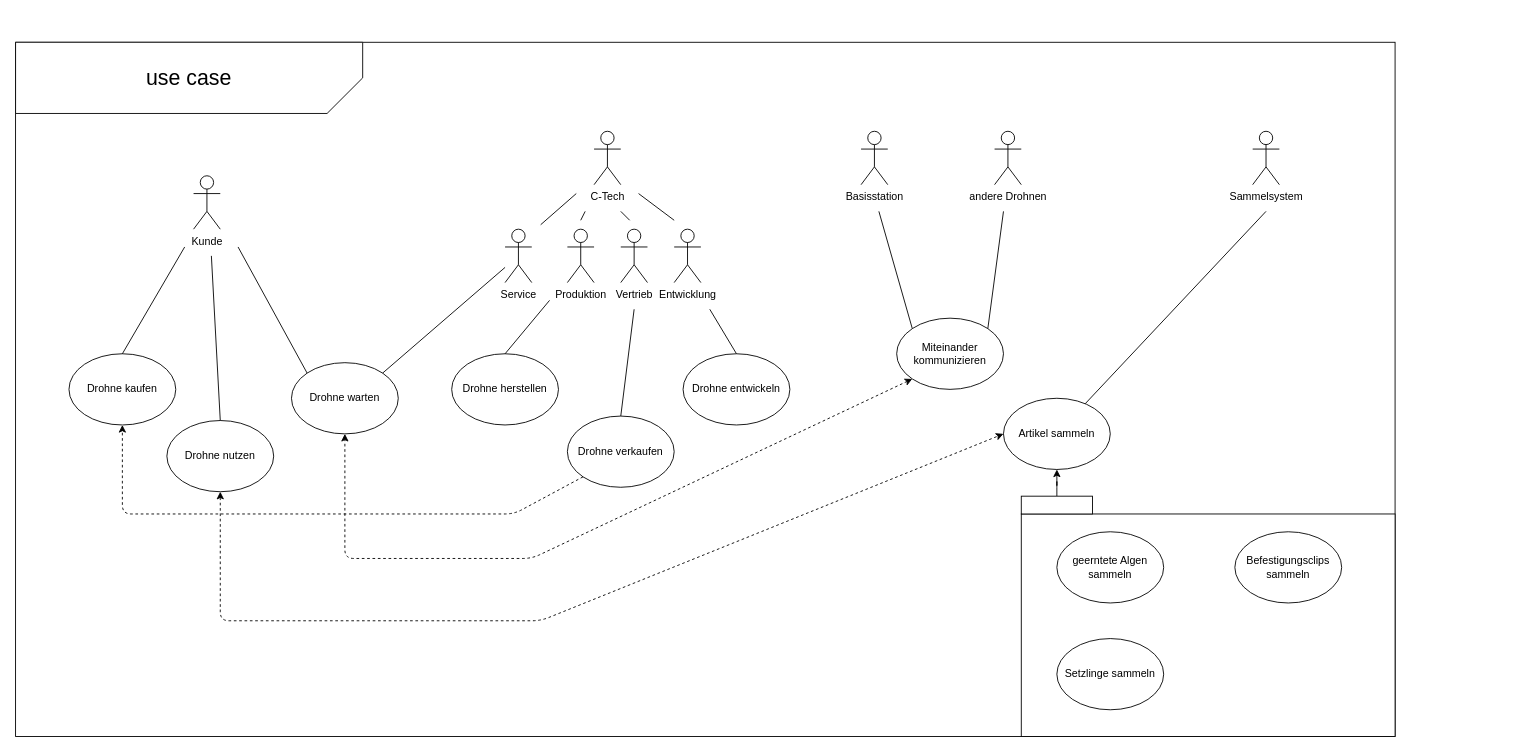
Above: Meilenstein 2/Dokumente/Funktionsplan/Use-case-diagramm.drawio in plastikpamaro/MKon (draw.io), before the change. Source tidied: cells renumbered, new cells numbered last; positions are measured from the earlier drawing's top-left corner, leaving out a move shared by most shapes. Both pictures are drawn from the tidied source at 89%, with x=0, y=0 at pixel (15, 42).
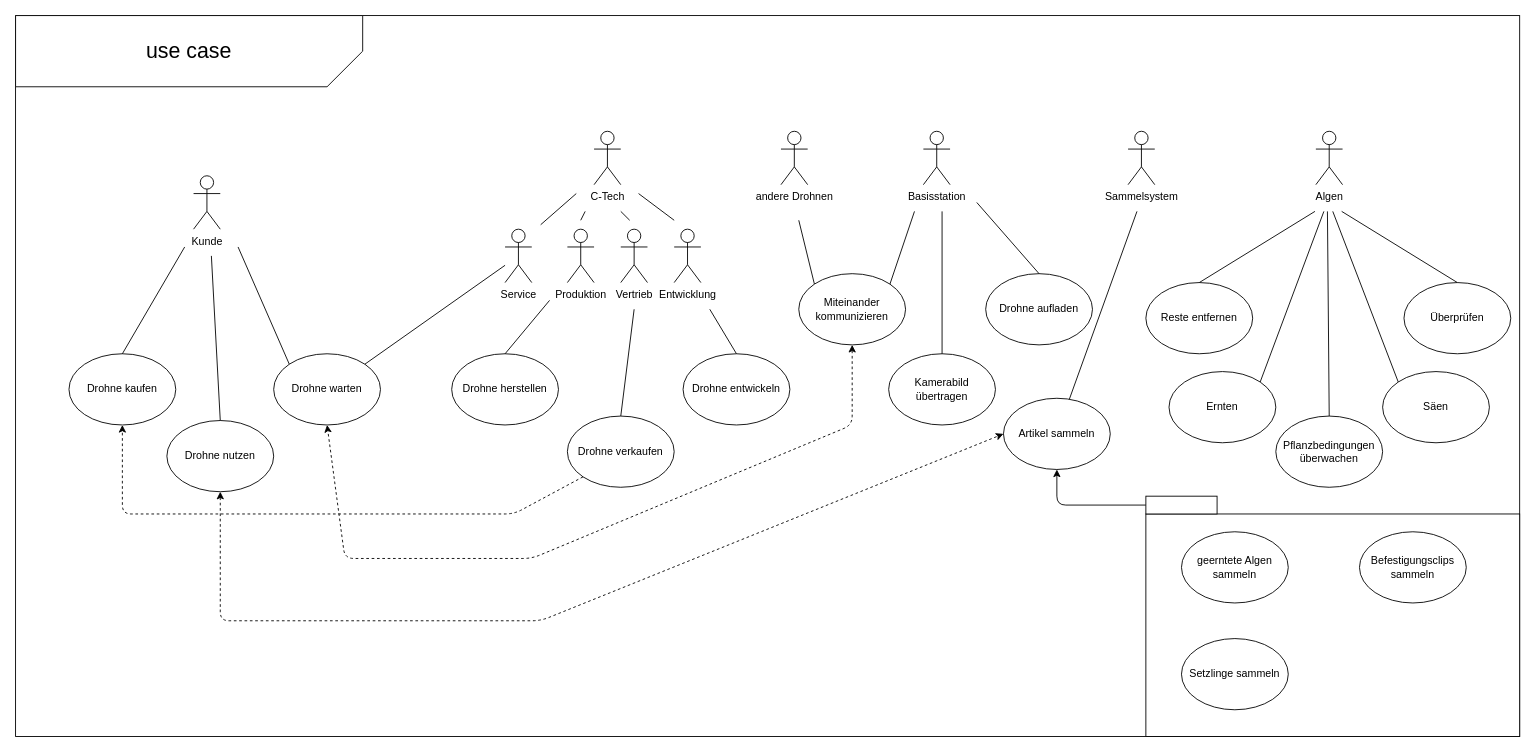
The same page after the edit.

The change refers to these unchanged cells:
```xml
<mxCell id="11" value="Artikel sammeln" style="ellipse;whiteSpace=wrap;html=1;rounded=0;glass=0;sketch=0;" parent="3" vertex="1">
  <mxGeometry x="1110" y="400" width="120" height="80" as="geometry" />
</mxCell>
```

What changed in the source:
```diff
@@
     <mxCell id="2" style="rounded=0;whiteSpace=wrap;html=1;" parent="1" vertex="1">
-      <mxGeometry width="1550" height="780" as="geometry" />
+      <mxGeometry y="-30" width="1690" height="810" as="geometry" />
     </mxCell>
@@
     <mxCell id="4" style="verticalLabelPosition=bottom;verticalAlign=top;html=1;shape=card;whiteSpace=wrap;size=40;arcSize=12;rounded=0;glass=0;sketch=0;rotation=-180;" parent="3" vertex="1">
-      <mxGeometry width="390" height="80" as="geometry" />
+      <mxGeometry y="-30" width="390" height="80" as="geometry" />
     </mxCell>
     <mxCell id="5" value="&lt;font style=&quot;font-size: 24px&quot;&gt;use case&lt;/font&gt;" style="text;html=1;strokeColor=none;fillColor=none;align=center;verticalAlign=middle;whiteSpace=wrap;rounded=0;" parent="3" vertex="1">
-      <mxGeometry x="90" y="30" width="210" height="20" as="geometry" />
+      <mxGeometry x="90" width="210" height="20" as="geometry" />
     </mxCell>
@@
     <mxCell id="7" value="andere Drohnen" style="shape=umlActor;verticalLabelPosition=bottom;verticalAlign=top;html=1;rounded=0;glass=0;sketch=0;" parent="3" vertex="1">
-      <mxGeometry x="1100" y="100" width="30" height="60" as="geometry" />
+      <mxGeometry x="860" y="100" width="30" height="60" as="geometry" />
     </mxCell>
     <mxCell id="8" value="Sammelsystem" style="shape=umlActor;verticalLabelPosition=bottom;verticalAlign=top;html=1;rounded=0;glass=0;sketch=0;" parent="3" vertex="1">
-      <mxGeometry x="1390" y="100" width="30" height="60" as="geometry" />
+      <mxGeometry x="1250" y="100" width="30" height="60" as="geometry" />
     </mxCell>
     <mxCell id="9" value="Miteinander kommunizieren" style="ellipse;whiteSpace=wrap;html=1;rounded=0;glass=0;sketch=0;" parent="3" vertex="1">
-      <mxGeometry x="990" y="310" width="120" height="80" as="geometry" />
+      <mxGeometry x="880" y="260" width="120" height="80" as="geometry" />
     </mxCell>
@@
     <mxCell id="12" style="rounded=0;whiteSpace=wrap;html=1;glass=0;sketch=0;" parent="3" vertex="1">
-      <mxGeometry x="1130" y="530" width="420" height="250" as="geometry" />
+      <mxGeometry x="1270" y="530" width="420" height="250" as="geometry" />
     </mxCell>
@@
     <mxCell id="14" style="rounded=0;whiteSpace=wrap;html=1;glass=0;sketch=0;" parent="3" vertex="1">
-      <mxGeometry x="1130" y="510" width="80" height="20" as="geometry" />
+      <mxGeometry x="1270" y="510" width="80" height="20" as="geometry" />
     </mxCell>
     <mxCell id="15" value="geerntete Algen sammeln" style="ellipse;whiteSpace=wrap;html=1;rounded=0;glass=0;sketch=0;" parent="3" vertex="1">
-      <mxGeometry x="1170" y="550" width="120" height="80" as="geometry" />
+      <mxGeometry x="1310" y="550" width="120" height="80" as="geometry" />
     </mxCell>
     <mxCell id="16" value="Setzlinge sammeln" style="ellipse;whiteSpace=wrap;html=1;rounded=0;glass=0;sketch=0;" parent="3" vertex="1">
-      <mxGeometry x="1170" y="670" width="120" height="80" as="geometry" />
+      <mxGeometry x="1310" y="670" width="120" height="80" as="geometry" />
     </mxCell>
     <mxCell id="17" value="Befestigungsclips sammeln" style="ellipse;whiteSpace=wrap;html=1;rounded=0;glass=0;sketch=0;" parent="3" vertex="1">
-      <mxGeometry x="1370" y="550" width="120" height="80" as="geometry" />
+      <mxGeometry x="1510" y="550" width="120" height="80" as="geometry" />
     </mxCell>
     <mxCell id="18" style="endArrow=none;html=1;" parent="3" edge="1" target="11">
       <mxGeometry relative="1" as="geometry">
-        <mxPoint x="1405" y="190" as="sourcePoint" />
+        <mxPoint x="1260" y="190" as="sourcePoint" />
       </mxGeometry>
     </mxCell>
@@
     <mxCell id="23" value="Basisstation" style="shape=umlActor;verticalLabelPosition=bottom;verticalAlign=top;html=1;rounded=0;glass=0;sketch=0;" parent="3" vertex="1">
-      <mxGeometry x="950" y="100" width="30" height="60" as="geometry" />
+      <mxGeometry x="1020" y="100" width="30" height="60" as="geometry" />
     </mxCell>
     <mxCell id="24" value="Drohne warten" style="ellipse;whiteSpace=wrap;html=1;rounded=0;glass=0;sketch=0;" parent="3" vertex="1">
-      <mxGeometry x="310" y="360" width="120" height="80" as="geometry" />
+      <mxGeometry x="290" y="350" width="120" height="80" as="geometry" />
     </mxCell>
@@
-    <mxCell id="35" style="endArrow=none;html=1;exitX=0;exitY=0;exitDx=0;exitDy=0;" parent="3" edge="1" source="9">
+    <mxCell id="35" style="endArrow=none;html=1;exitX=1;exitY=0;exitDx=0;exitDy=0;" parent="3" edge="1" source="9">
       <mxGeometry relative="1" as="geometry">
-        <mxPoint x="970" y="190" as="targetPoint" />
+        <mxPoint x="1010" y="190" as="targetPoint" />
       </mxGeometry>
     </mxCell>
-    <mxCell id="36" style="endArrow=none;html=1;exitX=1;exitY=0;exitDx=0;exitDy=0;" parent="3" edge="1" source="9">
+    <mxCell id="36" style="endArrow=none;html=1;exitX=0;exitY=0;exitDx=0;exitDy=0;" parent="3" edge="1" source="9">
       <mxGeometry relative="1" as="geometry">
-        <mxPoint x="1110" y="190" as="targetPoint" />
+        <mxPoint x="880" y="200" as="targetPoint" />
       </mxGeometry>
     </mxCell>
@@
-    <mxCell id="45" style="endArrow=classic;startArrow=classic;html=1;dashed=1;exitX=0;exitY=1;exitDx=0;exitDy=0;entryX=0.5;entryY=1;entryDx=0;entryDy=0;" parent="3" edge="1" source="9" target="24">
+    <mxCell id="45" style="endArrow=classic;startArrow=classic;html=1;dashed=1;exitX=0.5;exitY=1;exitDx=0;exitDy=0;entryX=0.5;entryY=1;entryDx=0;entryDy=0;" parent="3" edge="1" source="9" target="24">
       <mxGeometry relative="1" as="geometry">
         <Array as="points">
+          <mxPoint x="940" y="430" />
           <mxPoint x="580" y="580" />
           <mxPoint x="370" y="580" />
         </Array>
       </mxGeometry>
     </mxCell>
+    <mxCell id="46" value="Kamerabild übertragen" style="ellipse;whiteSpace=wrap;html=1;" parent="3" vertex="1">
+      <mxGeometry x="981" y="350" width="120" height="80" as="geometry" />
+    </mxCell>
+    <mxCell id="47" style="endArrow=none;html=1;exitX=0.5;exitY=0;exitDx=0;exitDy=0;" parent="3" edge="1" source="46">
+      <mxGeometry relative="1" as="geometry">
+        <mxPoint x="1041" y="190" as="targetPoint" />
+      </mxGeometry>
+    </mxCell>
+    <mxCell id="48" value="Drohne aufladen" style="ellipse;whiteSpace=wrap;html=1;" parent="3" vertex="1">
+      <mxGeometry x="1090" y="260" width="120" height="80" as="geometry" />
+    </mxCell>
+    <mxCell id="49" style="endArrow=none;html=1;exitX=0.5;exitY=0;exitDx=0;exitDy=0;" parent="3" edge="1" source="48">
+      <mxGeometry relative="1" as="geometry">
+        <mxPoint x="1080" y="180" as="targetPoint" />
+      </mxGeometry>
+    </mxCell>
+    <mxCell id="50" value="Algen" style="shape=umlActor;verticalLabelPosition=bottom;verticalAlign=top;html=1;" parent="3" vertex="1">
+      <mxGeometry x="1461" y="100" width="30" height="60" as="geometry" />
+    </mxCell>
+    <mxCell id="51" value="Pflanzbedingungen überwachen" style="ellipse;whiteSpace=wrap;html=1;" parent="3" vertex="1">
+      <mxGeometry x="1416" y="420" width="120" height="80" as="geometry" />
+    </mxCell>
+    <mxCell id="52" style="endArrow=none;html=1;exitX=0.5;exitY=0;exitDx=0;exitDy=0;" parent="3" edge="1" source="51">
+      <mxGeometry relative="1" as="geometry">
+        <mxPoint x="1474" y="190" as="targetPoint" />
+      </mxGeometry>
+    </mxCell>
+    <mxCell id="53" value="Ernten" style="ellipse;whiteSpace=wrap;html=1;" parent="3" vertex="1">
+      <mxGeometry x="1296" y="370" width="120" height="80" as="geometry" />
+    </mxCell>
+    <mxCell id="54" value="Säen" style="ellipse;whiteSpace=wrap;html=1;" parent="3" vertex="1">
+      <mxGeometry x="1536" y="370" width="120" height="80" as="geometry" />
+    </mxCell>
+    <mxCell id="55" style="endArrow=none;html=1;exitX=1;exitY=0;exitDx=0;exitDy=0;" parent="3" edge="1" source="53">
+      <mxGeometry relative="1" as="geometry">
+        <mxPoint x="1470" y="190" as="targetPoint" />
+      </mxGeometry>
+    </mxCell>
+    <mxCell id="56" style="endArrow=none;html=1;exitX=0;exitY=0;exitDx=0;exitDy=0;" parent="3" edge="1" source="54">
+      <mxGeometry relative="1" as="geometry">
+        <mxPoint x="1480" y="190" as="targetPoint" />
+      </mxGeometry>
+    </mxCell>
+    <mxCell id="57" value="Überprüfen" style="ellipse;whiteSpace=wrap;html=1;" parent="3" vertex="1">
+      <mxGeometry x="1560" y="270" width="120" height="80" as="geometry" />
+    </mxCell>
+    <mxCell id="58" value="Reste entfernen" style="ellipse;whiteSpace=wrap;html=1;" parent="3" vertex="1">
+      <mxGeometry x="1270" y="270" width="120" height="80" as="geometry" />
+    </mxCell>
+    <mxCell id="59" style="endArrow=none;html=1;exitX=0.5;exitY=0;exitDx=0;exitDy=0;" parent="3" edge="1" source="58">
+      <mxGeometry relative="1" as="geometry">
+        <mxPoint x="1460" y="190" as="targetPoint" />
+      </mxGeometry>
+    </mxCell>
+    <mxCell id="60" style="endArrow=none;html=1;exitX=0.5;exitY=0;exitDx=0;exitDy=0;" parent="3" edge="1" source="57">
+      <mxGeometry relative="1" as="geometry">
+        <mxPoint x="1490" y="190" as="targetPoint" />
+      </mxGeometry>
+    </mxCell>
```
